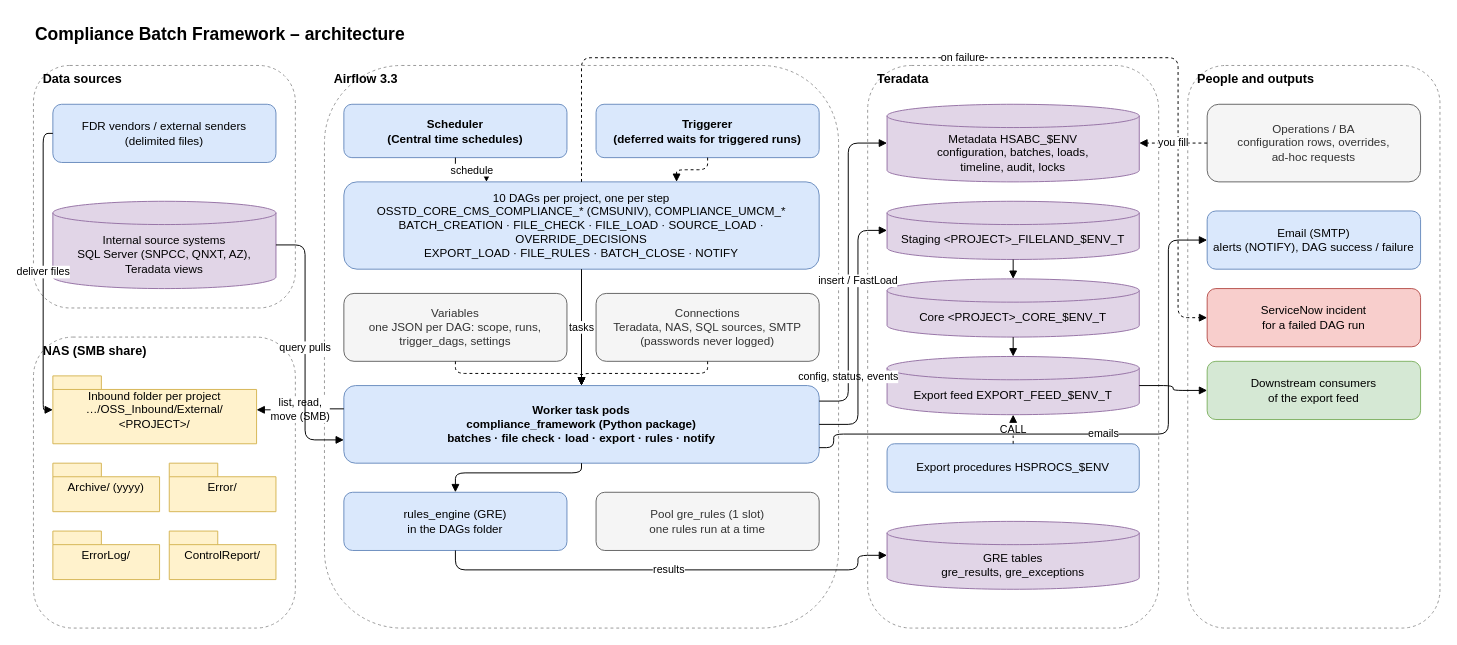
This is airflow_resources/docs/diagrams/pages/01_architecture.drawio from trinathgundavaram/framework, a draw.io file, before an edit. Source tidied: cells renumbered, new cells numbered last; positions are measured from the earlier drawing's top-left corner, leaving out a move shared by most shapes. Both pictures are drawn from the tidied source at 97%, with x=0, y=0 at pixel (33, 16).
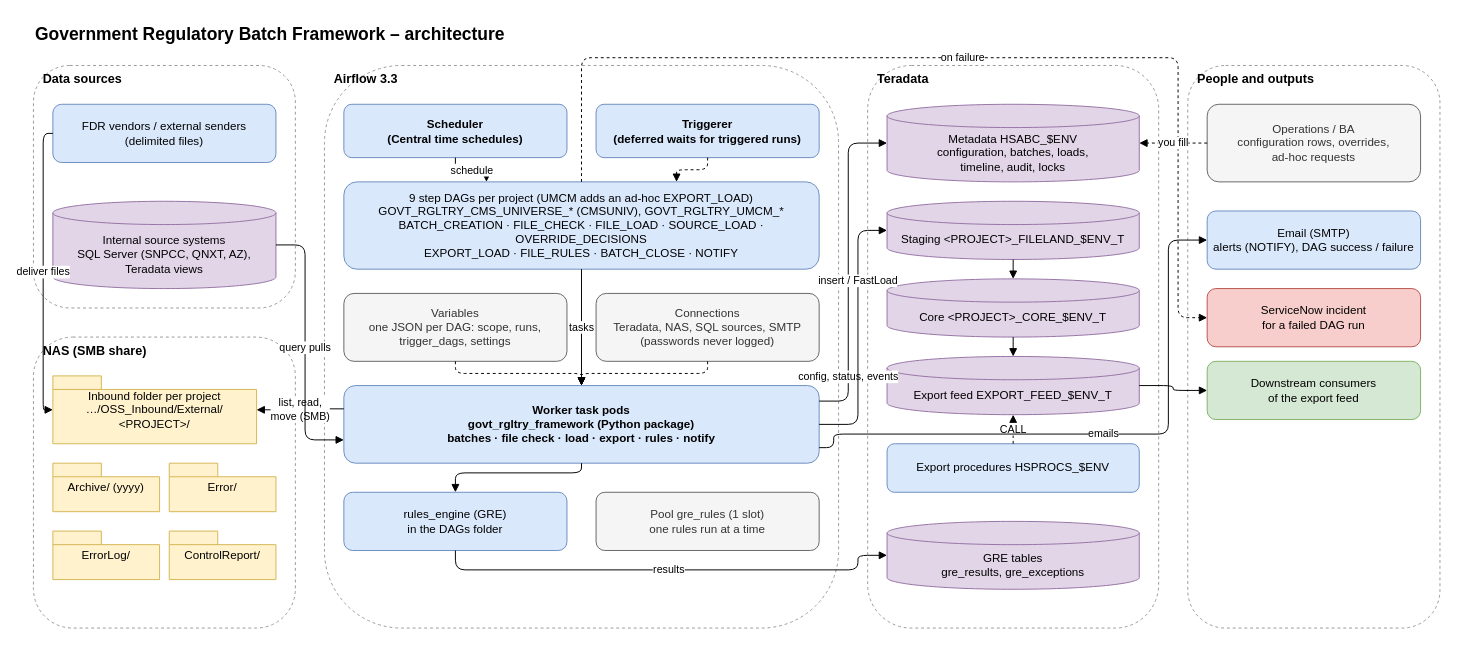
After the change.

The edit, as a diff of the source:
```diff
@@
-    <mxCell id="2" value="Compliance Batch Framework – architecture" style="text;html=1;fontSize=18;fontStyle=1;align=left;verticalAlign=middle;" parent="1" vertex="1">
+    <mxCell id="2" value="Government Regulatory Batch Framework – architecture" style="text;html=1;fontSize=18;fontStyle=1;align=left;verticalAlign=middle;" parent="1" vertex="1">
       <mxGeometry width="900" height="36" as="geometry" />
     </mxCell>
@@
-    <mxCell id="15" value="10 DAGs per project, one per step&lt;br&gt;OSSTD_CORE_CMS_COMPLIANCE_* (CMSUNIV), COMPLIANCE_UMCM_*&lt;br&gt;BATCH_CREATION · FILE_CHECK · FILE_LOAD · SOURCE_LOAD · OVERRIDE_DECISIONS&lt;br&gt;EXPORT_LOAD · FILE_RULES · BATCH_CLOSE · NOTIFY" style="rounded=1;whiteSpace=wrap;html=1;fillColor=#dae8fc;strokeColor=#6c8ebf;" parent="1" vertex="1">
+    <mxCell id="15" value="9 step DAGs per project (UMCM adds an ad-hoc EXPORT_LOAD)&lt;br&gt;GOVT_RGLTRY_CMS_UNIVERSE_* (CMSUNIV), GOVT_RGLTRY_UMCM_*&lt;br&gt;BATCH_CREATION · FILE_CHECK · FILE_LOAD · SOURCE_LOAD · OVERRIDE_DECISIONS&lt;br&gt;EXPORT_LOAD · FILE_RULES · BATCH_CLOSE · NOTIFY" style="rounded=1;whiteSpace=wrap;html=1;fillColor=#dae8fc;strokeColor=#6c8ebf;" parent="1" vertex="1">
       <mxGeometry x="320" y="170" width="490" height="90" as="geometry" />
     </mxCell>
@@
-    <mxCell id="18" value="Worker task pods&lt;br&gt;compliance_framework (Python package)&lt;br&gt;batches · file check · load · export · rules · notify" style="rounded=1;whiteSpace=wrap;html=1;fillColor=#dae8fc;strokeColor=#6c8ebf;fontStyle=1;" parent="1" vertex="1">
+    <mxCell id="18" value="Worker task pods&lt;br&gt;govt_rgltry_framework (Python package)&lt;br&gt;batches · file check · load · export · rules · notify" style="rounded=1;whiteSpace=wrap;html=1;fillColor=#dae8fc;strokeColor=#6c8ebf;fontStyle=1;" parent="1" vertex="1">
       <mxGeometry x="320" y="380" width="490" height="80" as="geometry" />
     </mxCell>
```
